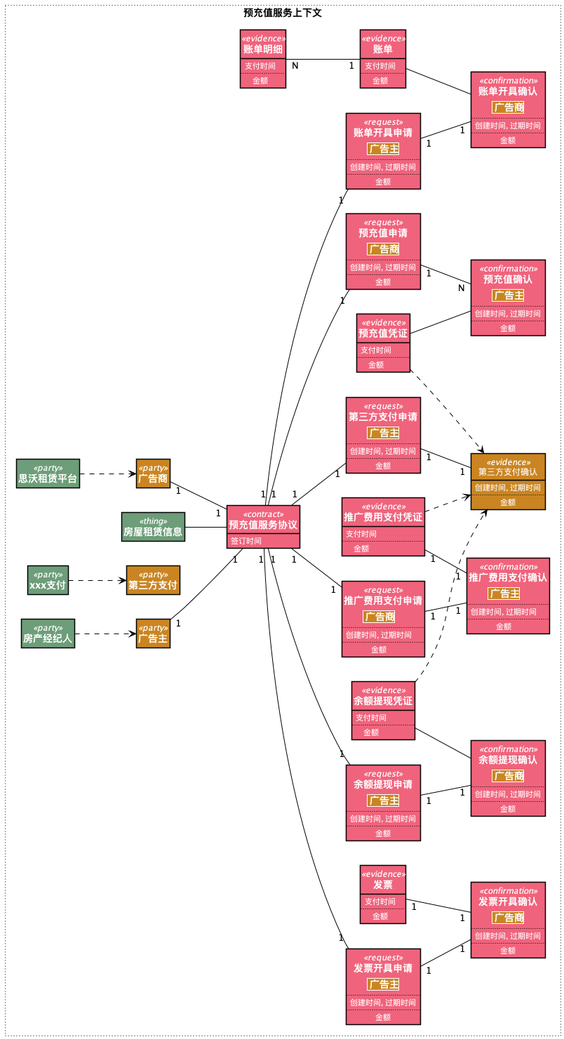
This is siwo/siwo_rental_diagram.png from Danny521/8x-flow-diagram, a PlantUML export, as it was before one commit. Its diagram source:
```plantuml
@startuml
skinparam class {
   BorderColor black
   FontColor White
   AttributeFontColor White
   StereotypeFontColor White
}
left to right direction
skinparam defaultTextAlignment center
skinparam style strictuml
hide empty members
        rectangle "<size:14><b>预充值服务上下文" as 预充值服务上下文   #line.dotted {

class "<size:14><b>预充值服务协议" as 预充值服务协议 <<contract>> #F0637C {
签订时间

}



class "<size:14><b>账单开具申请" as 账单开具申请 <<request>> #F0637C {
||<#CA8522> <size:14><size:14><b>广告主</size>|
..
创建时间, 过期时间
..
金额
}



class "<size:14><b>账单开具确认" as 账单开具确认 <<confirmation>> #F0637C {
||<#CA8522> <size:14><size:14><b>广告商</size>|
..
创建时间, 过期时间
..
金额
}

class "<size:14><b>账单" as 账单 <<evidence>> #F0637C {
支付时间
..
金额
}

class "<size:14><b>账单明细" as 账单明细 <<evidence>> #F0637C {
支付时间
..
金额
}



账单明细 "N" -[#000000]- "1" 账单




账单 -[#000000]- 账单开具确认





账单开具申请 "1" -[#000000]- "1" 账单开具确认



class "<size:14><b>发票开具申请" as 发票开具申请 <<request>> #F0637C {
||<#CA8522> <size:14><size:14><b>广告主</size>|
..
创建时间, 过期时间
..
金额
}



class "<size:14><b>发票开具确认" as 发票开具确认 <<confirmation>> #F0637C {
||<#CA8522> <size:14><size:14><b>广告商</size>|
..
创建时间, 过期时间
..
金额
}

class "<size:14><b>发票" as 发票 <<evidence>> #F0637C {
支付时间
..
金额
}



发票 "1" -[#000000]- "1" 发票开具确认





发票开具申请 "1" -[#000000]- "1" 发票开具确认



class "<size:14><b>推广费用支付申请" as 推广费用支付申请 <<request>> #F0637C {
||<#CA8522> <size:14><size:14><b>广告商</size>|
..
创建时间, 过期时间
..
金额
}



class "<size:14><b>推广费用支付确认" as 推广费用支付确认 <<confirmation>> #F0637C {
||<#CA8522> <size:14><size:14><b>广告主</size>|
..
创建时间, 过期时间
..
金额
}

class "<size:14><b>推广费用支付凭证" as 推广费用支付凭证 <<evidence>> #F0637C {
支付时间
..
金额
}



推广费用支付凭证 .[#000000].> 第三方支付确认
推广费用支付凭证 "1" -[#000000]- "1" 推广费用支付确认





推广费用支付申请 "1" -[#000000]- "1" 推广费用支付确认



class "<size:14><b>余额提现申请" as 余额提现申请 <<request>> #F0637C {
||<#CA8522> <size:14><size:14><b>广告主</size>|
..
创建时间, 过期时间
..
金额
}



class "<size:14><b>余额提现确认" as 余额提现确认 <<confirmation>> #F0637C {
||<#CA8522> <size:14><size:14><b>广告商</size>|
..
创建时间, 过期时间
..
金额
}

class "<size:14><b>余额提现凭证" as 余额提现凭证 <<evidence>> #F0637C {
支付时间
..
金额
}



余额提现凭证 .[#000000].> 第三方支付确认
余额提现凭证 -[#000000]- 余额提现确认





余额提现申请 "1" -[#000000]- "1" 余额提现确认



class "<size:14><b>预充值申请" as 预充值申请 <<request>> #F0637C {
||<#CA8522> <size:14><size:14><b>广告商</size>|
..
创建时间, 过期时间
..
金额
}



class "<size:14><b>预充值确认" as 预充值确认 <<confirmation>> #F0637C {
||<#CA8522> <size:14><size:14><b>广告主</size>|
..
创建时间, 过期时间
..
金额
}

class "<size:14><b>预充值凭证" as 预充值凭证 <<evidence>> #F0637C {
支付时间
..
金额
}



预充值凭证 .[#000000].> 第三方支付确认
预充值凭证 -[#000000]- 预充值确认





预充值申请 "1" -[#000000]- "N" 预充值确认



class "<size:14><b>第三方支付申请" as 第三方支付申请 <<request>> #F0637C {
||<#CA8522> <size:14><size:14><b>广告主</size>|
..
创建时间, 过期时间
..
金额
}



class "<size:14><b>第三方支付确认" as 第三方支付确认 <<evidence>> #CA8522 {
创建时间, 过期时间
..
金额
}




第三方支付申请 "1" -[#000000]- "1" 第三方支付确认


预充值服务协议 "1" -[#000000]- "1" 第三方支付申请
预充值服务协议 "1" -[#000000]- "1" 预充值申请
预充值服务协议 "1" -[#000000]- "1" 余额提现申请
预充值服务协议 "1" -[#000000]- "1" 推广费用支付申请
预充值服务协议 "1" -[#000000]- "1" 发票开具申请
预充值服务协议 "1" -[#000000]- "1" 账单开具申请



class "<size:14><b>广告主" as 预充值服务上下文广告主 <<party>> #CA8522

class "<size:14><b>广告商" as 预充值服务上下文广告商 <<party>> #CA8522

class "<size:14><b>第三方支付" as 预充值服务上下文第三方支付 <<party>> #CA8522

class "<size:14><b>房产经纪人" as 预充值服务上下文房产经纪人 <<party>> #6D9D79

class "<size:14><b>思沃租赁平台" as 预充值服务上下文思沃租赁平台 <<party>> #6D9D79

class "<size:14><b>xxx支付" as 预充值服务上下文xxx支付 <<party>> #6D9D79

class "<size:14><b>房屋租赁信息" as 预充值服务上下文房屋租赁信息 <<thing>> #6D9D79

}
预充值服务上下文广告主 "1" -[#000000]- "1" 预充值服务协议

预充值服务上下文广告商 "1" -[#000000]- "1" 预充值服务协议


预充值服务上下文房产经纪人 .[#000000].> 预充值服务上下文广告主

预充值服务上下文思沃租赁平台 .[#000000].> 预充值服务上下文广告商

预充值服务上下文xxx支付 .[#000000].> 预充值服务上下文第三方支付

预充值服务上下文房屋租赁信息 -[#000000]- 预充值服务协议



@enduml
```
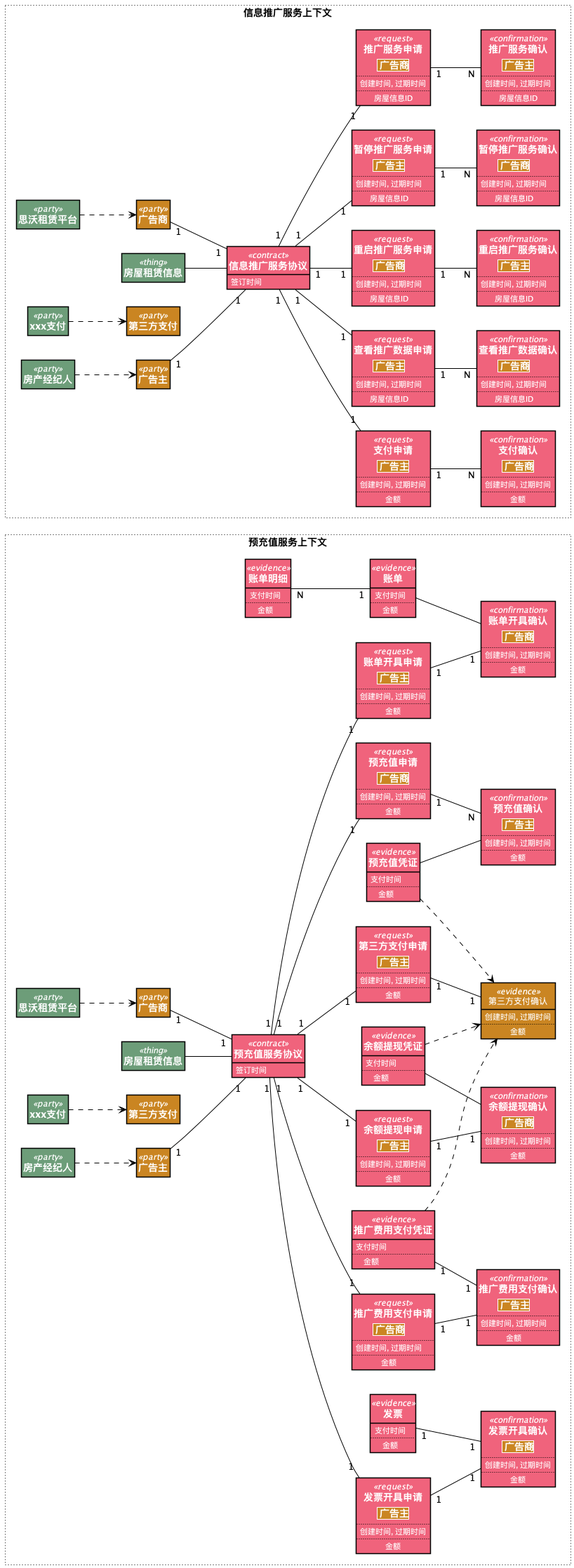
Above is the later version.

Change to the diagram source:
```diff
@@ -272,5 +272,175 @@
 预充值服务上下文房屋租赁信息 -[#000000]- 预充值服务协议
 
 
+rectangle "<size:14><b>信息推广服务上下文" as 信息推广服务上下文   #line.dotted {
+
+class "<size:14><b>信息推广服务协议" as 信息推广服务协议 <<contract>> #F0637C {
+签订时间
+
+}
+
+
+
+class "<size:14><b>支付申请" as 支付申请 <<request>> #F0637C {
+||<#CA8522> <size:14><size:14><b>广告主</size>|
+..
+创建时间, 过期时间
+..
+金额
+}
+
+
+
+class "<size:14><b>支付确认" as 支付确认 <<confirmation>> #F0637C {
+||<#CA8522> <size:14><size:14><b>广告商</size>|
+..
+创建时间, 过期时间
+..
+金额
+}
+
+
+
+
+支付申请 "1" -[#000000]- "N" 支付确认
+
+
+
+class "<size:14><b>查看推广数据申请" as 查看推广数据申请 <<request>> #F0637C {
+||<#CA8522> <size:14><size:14><b>广告主</size>|
+..
+创建时间, 过期时间
+..
+房屋信息ID
+}
+
+
+
+class "<size:14><b>查看推广数据确认" as 查看推广数据确认 <<confirmation>> #F0637C {
+||<#CA8522> <size:14><size:14><b>广告商</size>|
+..
+创建时间, 过期时间
+..
+房屋信息ID
+}
+
+
+
+
+查看推广数据申请 "1" -[#000000]- "N" 查看推广数据确认
+
+
+
+class "<size:14><b>重启推广服务申请" as 重启推广服务申请 <<request>> #F0637C {
+||<#CA8522> <size:14><size:14><b>广告商</size>|
+..
+创建时间, 过期时间
+..
+房屋信息ID
+}
+
+
+
+class "<size:14><b>重启推广服务确认" as 重启推广服务确认 <<confirmation>> #F0637C {
+||<#CA8522> <size:14><size:14><b>广告主</size>|
+..
+创建时间, 过期时间
+..
+房屋信息ID
+}
+
+
+
+
+重启推广服务申请 "1" -[#000000]- "N" 重启推广服务确认
+
+
+
+class "<size:14><b>暂停推广服务申请" as 暂停推广服务申请 <<request>> #F0637C {
+||<#CA8522> <size:14><size:14><b>广告主</size>|
+..
+创建时间, 过期时间
+..
+房屋信息ID
+}
+
+
+
+class "<size:14><b>暂停推广服务确认" as 暂停推广服务确认 <<confirmation>> #F0637C {
+||<#CA8522> <size:14><size:14><b>广告商</size>|
+..
+创建时间, 过期时间
+..
+房屋信息ID
+}
+
+
+
+
+暂停推广服务申请 "1" -[#000000]- "N" 暂停推广服务确认
+
+
+
+class "<size:14><b>推广服务申请" as 推广服务申请 <<request>> #F0637C {
+||<#CA8522> <size:14><size:14><b>广告商</size>|
+..
+创建时间, 过期时间
+..
+房屋信息ID
+}
+
+
+
+class "<size:14><b>推广服务确认" as 推广服务确认 <<confirmation>> #F0637C {
+||<#CA8522> <size:14><size:14><b>广告主</size>|
+..
+创建时间, 过期时间
+..
+房屋信息ID
+}
+
+
+
+
+推广服务申请 "1" -[#000000]- "N" 推广服务确认
+
+
+信息推广服务协议 "1" -[#000000]- "1" 推广服务申请
+信息推广服务协议 "1" -[#000000]- "1" 暂停推广服务申请
+信息推广服务协议 "1" -[#000000]- "1" 重启推广服务申请
+信息推广服务协议 "1" -[#000000]- "1" 查看推广数据申请
+信息推广服务协议 "1" -[#000000]- "1" 支付申请
+
+
+
+class "<size:14><b>广告主" as 信息推广服务上下文广告主 <<party>> #CA8522
+
+class "<size:14><b>广告商" as 信息推广服务上下文广告商 <<party>> #CA8522
+
+class "<size:14><b>第三方支付" as 信息推广服务上下文第三方支付 <<party>> #CA8522
+
+class "<size:14><b>房产经纪人" as 信息推广服务上下文房产经纪人 <<party>> #6D9D79
+
+class "<size:14><b>思沃租赁平台" as 信息推广服务上下文思沃租赁平台 <<party>> #6D9D79
+
+class "<size:14><b>xxx支付" as 信息推广服务上下文xxx支付 <<party>> #6D9D79
+
+class "<size:14><b>房屋租赁信息" as 信息推广服务上下文房屋租赁信息 <<thing>> #6D9D79
+
+}
+信息推广服务上下文广告主 "1" -[#000000]- "1" 信息推广服务协议
+
+信息推广服务上下文广告商 "1" -[#000000]- "1" 信息推广服务协议
+
+
+信息推广服务上下文房产经纪人 .[#000000].> 信息推广服务上下文广告主
+
+信息推广服务上下文思沃租赁平台 .[#000000].> 信息推广服务上下文广告商
+
+信息推广服务上下文xxx支付 .[#000000].> 信息推广服务上下文第三方支付
+
+信息推广服务上下文房屋租赁信息 -[#000000]- 信息推广服务协议
+
+
 
 @enduml
```
